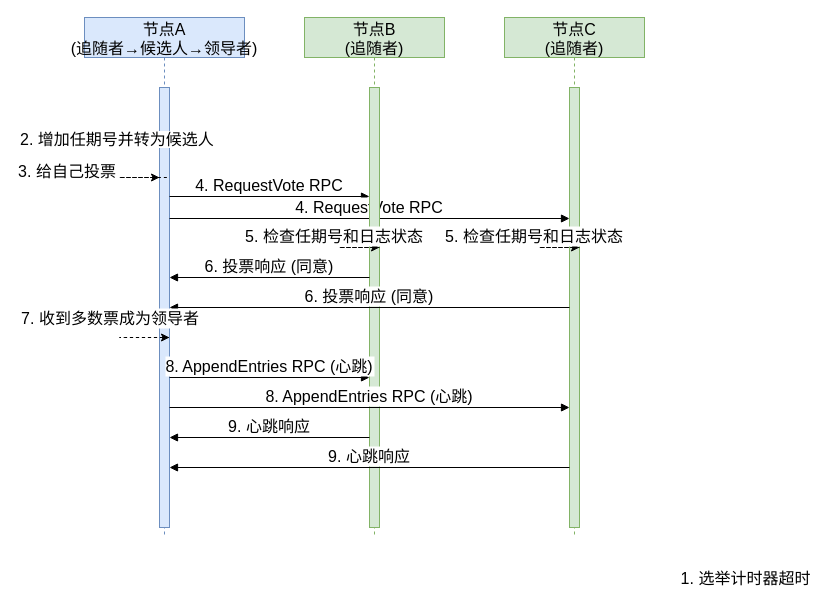
Above: projects/Raft领导选举时序图.drawio in hanzug/draw.io (draw.io), before the change. Source tidied: cells renumbered, new cells numbered last; positions are measured from the earlier drawing's top-left corner, leaving out a move shared by most shapes. Both pictures are drawn from the tidied source at 100%, with x=0, y=0 at pixel (18, 17).
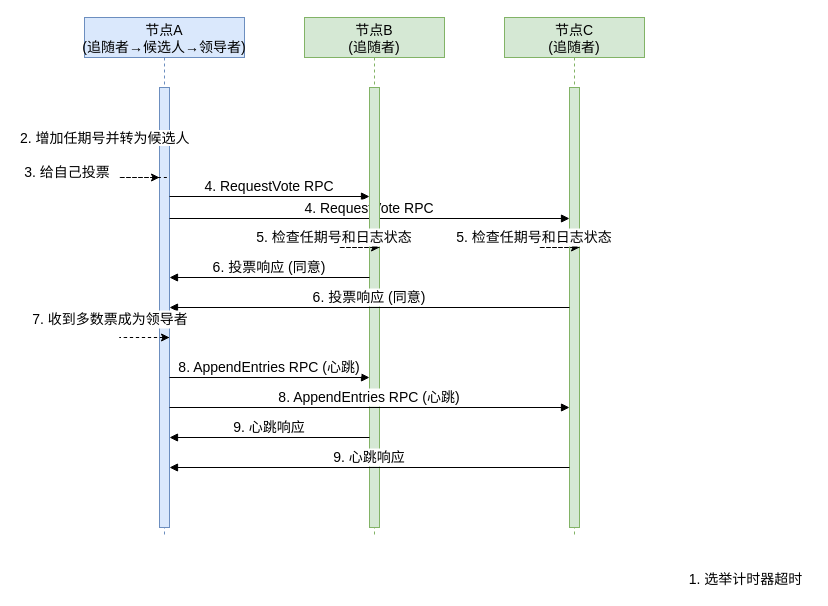
Above is the later version.

Commit message (it also covers changes not shown here):
更新Raft领导选举时序图.drawio

What changed in the source:
```diff
@@
-    <mxCell id="2" value="节点A&#10;(追随者→候选人→领导者)" style="shape=umlLifeline;perimeter=lifelinePerimeter;rounded=0;shadow=0;strokeWidth=1;fillColor=#dae8fc;strokeColor=#6c8ebf;fontSize=16;" parent="1" vertex="1">
+    <mxCell id="2" value="节点A&#10;(追随者→候选人→领导者)" style="shape=umlLifeline;perimeter=lifelinePerimeter;rounded=0;shadow=0;strokeWidth=1;fillColor=#dae8fc;strokeColor=#6c8ebf;fontSize=14;" parent="1" vertex="1">
       <mxGeometry x="66" width="160" height="520" as="geometry" />
     </mxCell>
-    <mxCell id="3" style="perimeter=orthogonalPerimeter;rounded=0;shadow=0;strokeWidth=1;fillColor=#dae8fc;strokeColor=#6c8ebf;fontSize=16;" parent="2" vertex="1">
+    <mxCell id="3" style="perimeter=orthogonalPerimeter;rounded=0;shadow=0;strokeWidth=1;fillColor=#dae8fc;strokeColor=#6c8ebf;fontSize=14;" parent="2" vertex="1">
       <mxGeometry x="75" y="70" width="10" height="440" as="geometry" />
     </mxCell>
-    <mxCell id="4" value="4. RequestVote RPC" style="verticalAlign=bottom;endArrow=block;entryX=0;entryY=0;shadow=0;strokeWidth=1;fontSize=16;" parent="2" edge="1">
+    <mxCell id="4" value="4. RequestVote RPC" style="verticalAlign=bottom;endArrow=block;entryX=0;entryY=0;shadow=0;strokeWidth=1;fontSize=14;" parent="2" edge="1">
       <mxGeometry relative="1" as="geometry">
         <mxPoint x="85" y="179" as="sourcePoint" />
         <mxPoint x="285" y="179" as="targetPoint" />
       </mxGeometry>
     </mxCell>
-    <mxCell id="5" value="4. RequestVote RPC" style="verticalAlign=bottom;endArrow=block;entryX=0;entryY=0;shadow=0;strokeWidth=1;fontSize=16;" parent="2" edge="1">
+    <mxCell id="5" value="4. RequestVote RPC" style="verticalAlign=bottom;endArrow=block;entryX=0;entryY=0;shadow=0;strokeWidth=1;fontSize=14;" parent="2" edge="1">
       <mxGeometry relative="1" as="geometry">
         <mxPoint x="85" y="201" as="sourcePoint" />
         <mxPoint x="485" y="201" as="targetPoint" />
       </mxGeometry>
     </mxCell>
-    <mxCell id="6" value="节点B&#10;(追随者)" style="shape=umlLifeline;perimeter=lifelinePerimeter;rounded=0;shadow=0;strokeWidth=1;fillColor=#d5e8d4;strokeColor=#82b366;fontSize=16;" parent="1" vertex="1">
+    <mxCell id="6" value="节点B&#10;(追随者)" style="shape=umlLifeline;perimeter=lifelinePerimeter;rounded=0;shadow=0;strokeWidth=1;fillColor=#d5e8d4;strokeColor=#82b366;fontSize=14;" parent="1" vertex="1">
       <mxGeometry x="286" width="140" height="520" as="geometry" />
     </mxCell>
-    <mxCell id="7" style="perimeter=orthogonalPerimeter;rounded=0;shadow=0;strokeWidth=1;fillColor=#d5e8d4;strokeColor=#82b366;fontSize=16;" parent="6" vertex="1">
+    <mxCell id="7" style="perimeter=orthogonalPerimeter;rounded=0;shadow=0;strokeWidth=1;fillColor=#d5e8d4;strokeColor=#82b366;fontSize=14;" parent="6" vertex="1">
       <mxGeometry x="65" y="70" width="10" height="440" as="geometry" />
     </mxCell>
-    <mxCell id="8" value="节点C&#10;(追随者)" style="shape=umlLifeline;perimeter=lifelinePerimeter;rounded=0;shadow=0;strokeWidth=1;fillColor=#d5e8d4;strokeColor=#82b366;fontSize=16;" parent="1" vertex="1">
+    <mxCell id="8" value="节点C&#10;(追随者)" style="shape=umlLifeline;perimeter=lifelinePerimeter;rounded=0;shadow=0;strokeWidth=1;fillColor=#d5e8d4;strokeColor=#82b366;fontSize=14;" parent="1" vertex="1">
       <mxGeometry x="486" width="140" height="520" as="geometry" />
     </mxCell>
-    <mxCell id="9" style="perimeter=orthogonalPerimeter;rounded=0;shadow=0;strokeWidth=1;fillColor=#d5e8d4;strokeColor=#82b366;fontSize=16;" parent="8" vertex="1">
+    <mxCell id="9" style="perimeter=orthogonalPerimeter;rounded=0;shadow=0;strokeWidth=1;fillColor=#d5e8d4;strokeColor=#82b366;fontSize=14;" parent="8" vertex="1">
       <mxGeometry x="65" y="70" width="10" height="440" as="geometry" />
     </mxCell>
-    <mxCell id="10" value="1. 选举计时器超时" style="verticalAlign=bottom;endArrow=block;entryX=0;entryY=0;shadow=0;strokeWidth=1;fontSize=16;" parent="1" vertex="1">
+    <mxCell id="10" value="1. 选举计时器超时" style="verticalAlign=bottom;endArrow=block;entryX=0;entryY=0;shadow=0;strokeWidth=1;fontSize=14;" parent="1" vertex="1">
       <mxGeometry relative="1" as="geometry">
         <mxPoint x="727" y="571" as="offset" />
       </mxGeometry>
     </mxCell>
-    <mxCell id="11" value="3. 给自己投票" style="verticalAlign=bottom;endArrow=none;dashed=1;endSize=8;shadow=0;strokeWidth=1;endFill=0;startArrow=classic;startFill=1;fontSize=16;" parent="1" edge="1">
+    <mxCell id="11" value="3. 给自己投票" style="verticalAlign=bottom;endArrow=none;dashed=1;endSize=8;shadow=0;strokeWidth=1;endFill=0;startArrow=classic;startFill=1;fontSize=14;" parent="1" edge="1">
       <mxGeometry x="-0.1" y="-47" relative="1" as="geometry">
         <mxPoint x="141" y="160" as="sourcePoint" />
         <mxPoint x="151" y="160" as="targetPoint" />
         <Array as="points">
           <mxPoint x="96" y="160" />
         </Array>
         <mxPoint x="-47" y="-42" as="offset" />
       </mxGeometry>
     </mxCell>
-    <mxCell id="12" value="5. 检查任期号和日志状态" style="verticalAlign=bottom;endArrow=none;dashed=1;endSize=8;exitX=0;exitY=0.95;shadow=0;strokeWidth=1;endFill=0;startArrow=classic;startFill=1;fontSize=16;" parent="1" edge="1">
+    <mxCell id="12" value="5. 检查任期号和日志状态" style="verticalAlign=bottom;endArrow=none;dashed=1;endSize=8;exitX=0;exitY=0.95;shadow=0;strokeWidth=1;endFill=0;startArrow=classic;startFill=1;fontSize=14;" parent="1" edge="1">
       <mxGeometry relative="1" as="geometry">
         <mxPoint x="361" y="230" as="sourcePoint" />
         <mxPoint x="361" y="230" as="targetPoint" />
         <Array as="points">
           <mxPoint x="316" y="230" />
         </Array>
       </mxGeometry>
     </mxCell>
-    <mxCell id="13" value="5. 检查任期号和日志状态" style="verticalAlign=bottom;endArrow=none;dashed=1;endSize=8;exitX=0;exitY=0.95;shadow=0;strokeWidth=1;endFill=0;startArrow=classic;startFill=1;fontSize=16;" parent="1" edge="1">
+    <mxCell id="13" value="5. 检查任期号和日志状态" style="verticalAlign=bottom;endArrow=none;dashed=1;endSize=8;exitX=0;exitY=0.95;shadow=0;strokeWidth=1;endFill=0;startArrow=classic;startFill=1;fontSize=14;" parent="1" edge="1">
       <mxGeometry relative="1" as="geometry">
         <mxPoint x="561" y="230" as="sourcePoint" />
         <mxPoint x="561" y="230" as="targetPoint" />
         <Array as="points">
           <mxPoint x="516" y="230" />
         </Array>
       </mxGeometry>
     </mxCell>
-    <mxCell id="14" value="6. 投票响应 (同意)" style="verticalAlign=bottom;endArrow=block;shadow=0;strokeWidth=1;fontSize=16;" parent="1" edge="1">
+    <mxCell id="14" value="6. 投票响应 (同意)" style="verticalAlign=bottom;endArrow=block;shadow=0;strokeWidth=1;fontSize=14;" parent="1" edge="1">
       <mxGeometry relative="1" as="geometry">
         <mxPoint x="351" y="260" as="sourcePoint" />
         <mxPoint x="151" y="260" as="targetPoint" />
       </mxGeometry>
     </mxCell>
-    <mxCell id="15" value="6. 投票响应 (同意)" style="verticalAlign=bottom;endArrow=block;shadow=0;strokeWidth=1;fontSize=16;" parent="1" edge="1">
+    <mxCell id="15" value="6. 投票响应 (同意)" style="verticalAlign=bottom;endArrow=block;shadow=0;strokeWidth=1;fontSize=14;" parent="1" edge="1">
       <mxGeometry relative="1" as="geometry">
         <mxPoint x="551" y="290" as="sourcePoint" />
         <mxPoint x="151" y="290" as="targetPoint" />
       </mxGeometry>
     </mxCell>
-    <mxCell id="16" value="7. 收到多数票成为领导者" style="verticalAlign=bottom;endArrow=none;dashed=1;endSize=8;shadow=0;strokeWidth=1;endFill=0;startArrow=classic;startFill=1;fontSize=16;" parent="1" edge="1">
+    <mxCell id="16" value="7. 收到多数票成为领导者" style="verticalAlign=bottom;endArrow=none;dashed=1;endSize=8;shadow=0;strokeWidth=1;endFill=0;startArrow=classic;startFill=1;fontSize=14;" parent="1" edge="1">
       <mxGeometry y="9" relative="1" as="geometry">
         <mxPoint x="151" y="320" as="sourcePoint" />
         <mxPoint x="151" y="320" as="targetPoint" />
         <Array as="points">
           <mxPoint x="96" y="320" />
         </Array>
         <mxPoint x="-4" y="1" as="offset" />
       </mxGeometry>
     </mxCell>
-    <mxCell id="17" value="8. AppendEntries RPC (心跳)" style="verticalAlign=bottom;endArrow=block;shadow=0;strokeWidth=1;fontSize=16;" parent="1" edge="1">
+    <mxCell id="17" value="8. AppendEntries RPC (心跳)" style="verticalAlign=bottom;endArrow=block;shadow=0;strokeWidth=1;fontSize=14;" parent="1" edge="1">
       <mxGeometry relative="1" as="geometry">
         <mxPoint x="151" y="360" as="sourcePoint" />
         <mxPoint x="351" y="360" as="targetPoint" />
       </mxGeometry>
     </mxCell>
-    <mxCell id="18" value="8. AppendEntries RPC (心跳)" style="verticalAlign=bottom;endArrow=block;shadow=0;strokeWidth=1;fontSize=16;" parent="1" edge="1">
+    <mxCell id="18" value="8. AppendEntries RPC (心跳)" style="verticalAlign=bottom;endArrow=block;shadow=0;strokeWidth=1;fontSize=14;" parent="1" edge="1">
       <mxGeometry relative="1" as="geometry">
         <mxPoint x="151" y="390" as="sourcePoint" />
         <mxPoint x="551" y="390" as="targetPoint" />
       </mxGeometry>
     </mxCell>
-    <mxCell id="19" value="9. 心跳响应" style="verticalAlign=bottom;endArrow=block;shadow=0;strokeWidth=1;fontSize=16;" parent="1" edge="1">
+    <mxCell id="19" value="9. 心跳响应" style="verticalAlign=bottom;endArrow=block;shadow=0;strokeWidth=1;fontSize=14;" parent="1" edge="1">
       <mxGeometry relative="1" as="geometry">
         <mxPoint x="351" y="420" as="sourcePoint" />
         <mxPoint x="151" y="420" as="targetPoint" />
       </mxGeometry>
     </mxCell>
-    <mxCell id="20" value="9. 心跳响应" style="verticalAlign=bottom;endArrow=block;shadow=0;strokeWidth=1;fontSize=16;" parent="1" edge="1">
+    <mxCell id="20" value="9. 心跳响应" style="verticalAlign=bottom;endArrow=block;shadow=0;strokeWidth=1;fontSize=14;" parent="1" edge="1">
       <mxGeometry relative="1" as="geometry">
         <mxPoint x="551" y="450" as="sourcePoint" />
         <mxPoint x="151" y="450" as="targetPoint" />
       </mxGeometry>
     </mxCell>
-    <mxCell id="21" value="&lt;span style=&quot;color: rgb(0, 0, 0); font-family: Helvetica; font-style: normal; font-variant-ligatures: normal; font-variant-caps: normal; font-weight: 400; letter-spacing: normal; orphans: 2; text-align: center; text-indent: 0px; text-transform: none; widows: 2; word-spacing: 0px; -webkit-text-stroke-width: 0px; white-space: nowrap; background-color: rgb(255, 255, 255); text-decoration-thickness: initial; text-decoration-style: initial; text-decoration-color: initial; float: none; display: inline !important;&quot;&gt;2. 增加任期号并转为候选人&lt;/span&gt;" style="text;whiteSpace=wrap;html=1;fontSize=16;" parent="1" vertex="1">
+    <mxCell id="21" value="&lt;span style=&quot;color: rgb(0, 0, 0); font-family: Helvetica; font-style: normal; font-variant-ligatures: normal; font-variant-caps: normal; font-weight: 400; letter-spacing: normal; orphans: 2; text-align: center; text-indent: 0px; text-transform: none; widows: 2; word-spacing: 0px; -webkit-text-stroke-width: 0px; white-space: nowrap; background-color: rgb(255, 255, 255); text-decoration-thickness: initial; text-decoration-style: initial; text-decoration-color: initial; float: none; display: inline !important;&quot;&gt;2. 增加任期号并转为候选人&lt;/span&gt;" style="text;whiteSpace=wrap;html=1;fontSize=14;" parent="1" vertex="1">
       <mxGeometry y="106" width="133" height="36" as="geometry" />
     </mxCell>
```
